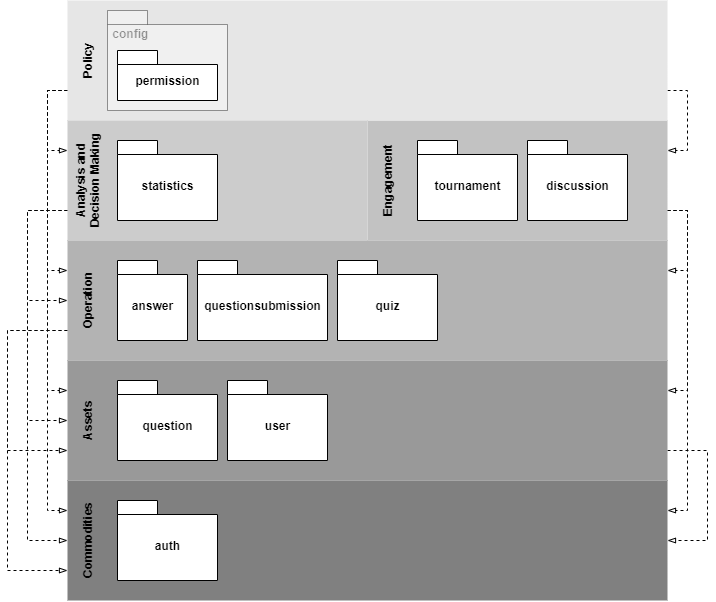
The draw.io diagram documentation/pictures/Responsability Layered View.png in dmmnjaws/ASoft-2020-2021-quizzes-tutor-arquitecture-documentation, before a commit. Source tidied: cells renumbered, new cells last; positions are measured from the earlier drawing's top-left corner, leaving out a move shared by most shapes.
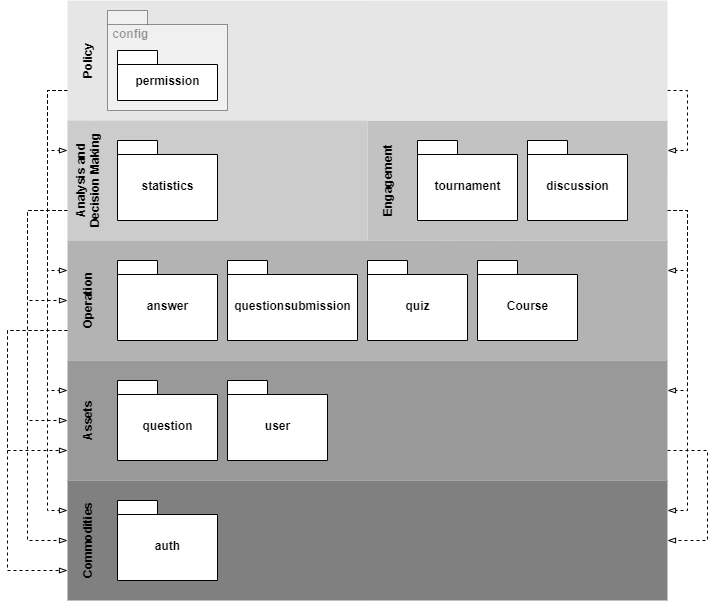
Later version of the same file.

Commit message:
fixed stuff, added PCF rationale to Responsability Layered View

Change to the diagram source:
```diff
@@ -117,7 +117,7 @@
       <mxGeometry x="110" y="140" width="100" height="80" as="geometry" />
     </mxCell>
     <mxCell id="30" value="answer" style="shape=folder;fontStyle=1;spacingTop=10;tabWidth=40;tabHeight=14;tabPosition=left;html=1;fillColor=#FFFFFF;" parent="1" vertex="1">
-      <mxGeometry x="110" y="260" width="70" height="80" as="geometry" />
+      <mxGeometry x="110" y="260" width="100" height="80" as="geometry" />
     </mxCell>
     <mxCell id="31" value="tournament" style="shape=folder;fontStyle=1;spacingTop=10;tabWidth=40;tabHeight=14;tabPosition=left;html=1;fillColor=#FFFFFF;" parent="1" vertex="1">
       <mxGeometry x="410" y="140" width="100" height="80" as="geometry" />
@@ -126,10 +126,10 @@
       <mxGeometry x="520" y="140" width="100" height="80" as="geometry" />
     </mxCell>
     <mxCell id="33" value="questionsubmission" style="shape=folder;fontStyle=1;spacingTop=10;tabWidth=40;tabHeight=14;tabPosition=left;html=1;fillColor=#FFFFFF;" parent="1" vertex="1">
-      <mxGeometry x="190" y="260" width="130" height="80" as="geometry" />
+      <mxGeometry x="220" y="260" width="130" height="80" as="geometry" />
     </mxCell>
     <mxCell id="34" value="quiz" style="shape=folder;fontStyle=1;spacingTop=10;tabWidth=40;tabHeight=14;tabPosition=left;html=1;fillColor=#FFFFFF;" parent="1" vertex="1">
-      <mxGeometry x="330" y="260" width="100" height="80" as="geometry" />
+      <mxGeometry x="360" y="260" width="100" height="80" as="geometry" />
     </mxCell>
     <mxCell id="35" value="question" style="shape=folder;fontStyle=1;spacingTop=10;tabWidth=40;tabHeight=14;tabPosition=left;html=1;fillColor=#FFFFFF;" parent="1" vertex="1">
       <mxGeometry x="110" y="380" width="100" height="80" as="geometry" />
@@ -143,5 +143,8 @@
     <mxCell id="38" value="Engagement" style="text;html=1;strokeColor=none;fillColor=none;align=center;verticalAlign=middle;whiteSpace=wrap;rounded=0;rotation=-90;fontStyle=1;" parent="1" vertex="1">
       <mxGeometry x="320" y="170" width="120" height="20" as="geometry" />
     </mxCell>
+    <mxCell id="39" value="Course" style="shape=folder;fontStyle=1;spacingTop=10;tabWidth=40;tabHeight=14;tabPosition=left;html=1;fillColor=#FFFFFF;" parent="1" vertex="1">
+      <mxGeometry x="470" y="260" width="100" height="80" as="geometry" />
+    </mxCell>
   </root>
 </mxGraphModel>
```
